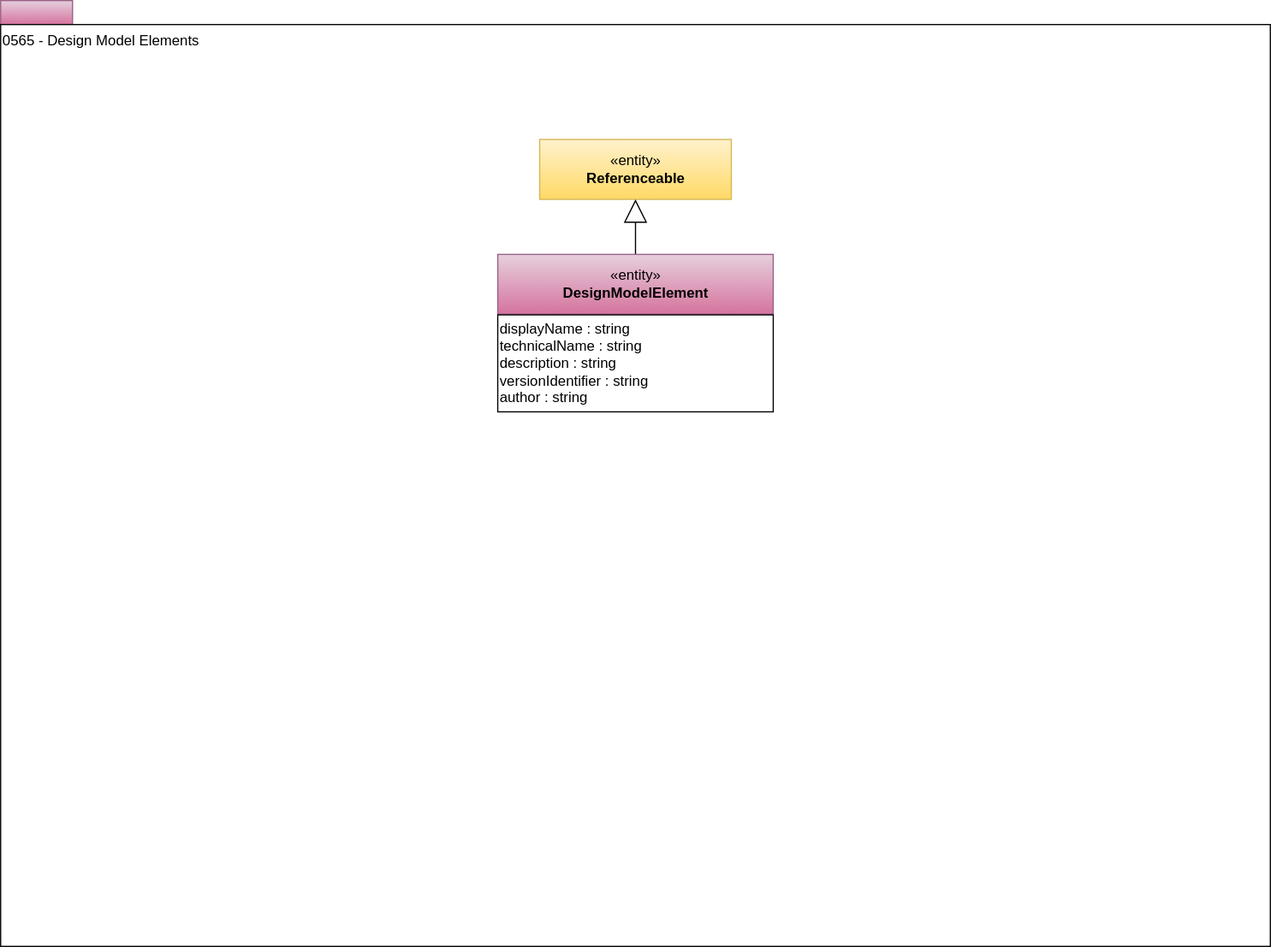
This is site/docs/types/5/0565-Design-Model-Elements.svg from odpi/egeria-docs, a draw.io export, as it was before one commit. Source tidied: cells renumbered, new cells last; positions are measured from the earlier drawing's top-left corner, leaving out a move shared by most shapes. Source of this version:
```xml
<mxGraphModel>
  <root>
    <mxCell id="0" />
    <mxCell id="1" parent="0" />
    <mxCell id="2" style="rounded=0;whiteSpace=wrap;html=1;align=left;fillColor=#e6d0de;strokeColor=#996185;gradientColor=#d5739d;" parent="1" vertex="1">
      <mxGeometry width="60" height="20" as="geometry" />
    </mxCell>
    <mxCell id="3" value="0565 - Design Model Elements" style="rounded=0;whiteSpace=wrap;html=1;align=left;verticalAlign=top;" parent="1" vertex="1">
      <mxGeometry y="20" width="1060" height="770" as="geometry" />
    </mxCell>
    <mxCell id="4" value="«entity»&lt;br&gt;&lt;b&gt;Referenceable&lt;/b&gt;" style="html=1;strokeColor=#d6b656;align=center;fillColor=#fff2cc;gradientColor=#ffd966;" parent="1" vertex="1">
      <mxGeometry x="450" y="116" width="160" height="50" as="geometry" />
    </mxCell>
    <mxCell id="5" style="edgeStyle=orthogonalEdgeStyle;rounded=0;jumpSize=15;jettySize=auto;html=1;exitX=0.5;exitY=0;exitDx=0;exitDy=0;entryX=0.5;entryY=1;entryDx=0;entryDy=0;startArrow=none;startFill=0;startSize=17;sourcePerimeterSpacing=0;endArrow=block;endFill=0;targetPerimeterSpacing=0;strokeWidth=1;fontColor=#000000;endSize=17;" parent="1" edge="1" source="6" target="4">
      <mxGeometry relative="1" as="geometry" />
    </mxCell>
    <mxCell id="6" value="«entity»&lt;br&gt;&lt;b&gt;DesignModelElement&lt;/b&gt;" style="html=1;strokeColor=#996185;align=center;fillColor=#e6d0de;gradientColor=#d5739d;" parent="1" vertex="1">
      <mxGeometry x="415" y="212" width="230" height="50" as="geometry" />
    </mxCell>
    <mxCell id="7" value="&lt;span&gt;displayName : string&lt;br&gt;technicalName : string&lt;br&gt;&lt;/span&gt;description : string&lt;br&gt;&lt;span&gt;versionIdentifier : string&lt;/span&gt;&lt;br&gt;&lt;span&gt;author : string&lt;/span&gt;&lt;span&gt;&lt;br&gt;&lt;/span&gt;" style="rounded=0;whiteSpace=wrap;html=1;strokeColor=#000000;gradientColor=#ffffff;align=left;" parent="1" vertex="1">
      <mxGeometry x="415" y="262.5" width="230" height="81" as="geometry" />
    </mxCell>
  </root>
</mxGraphModel>
```
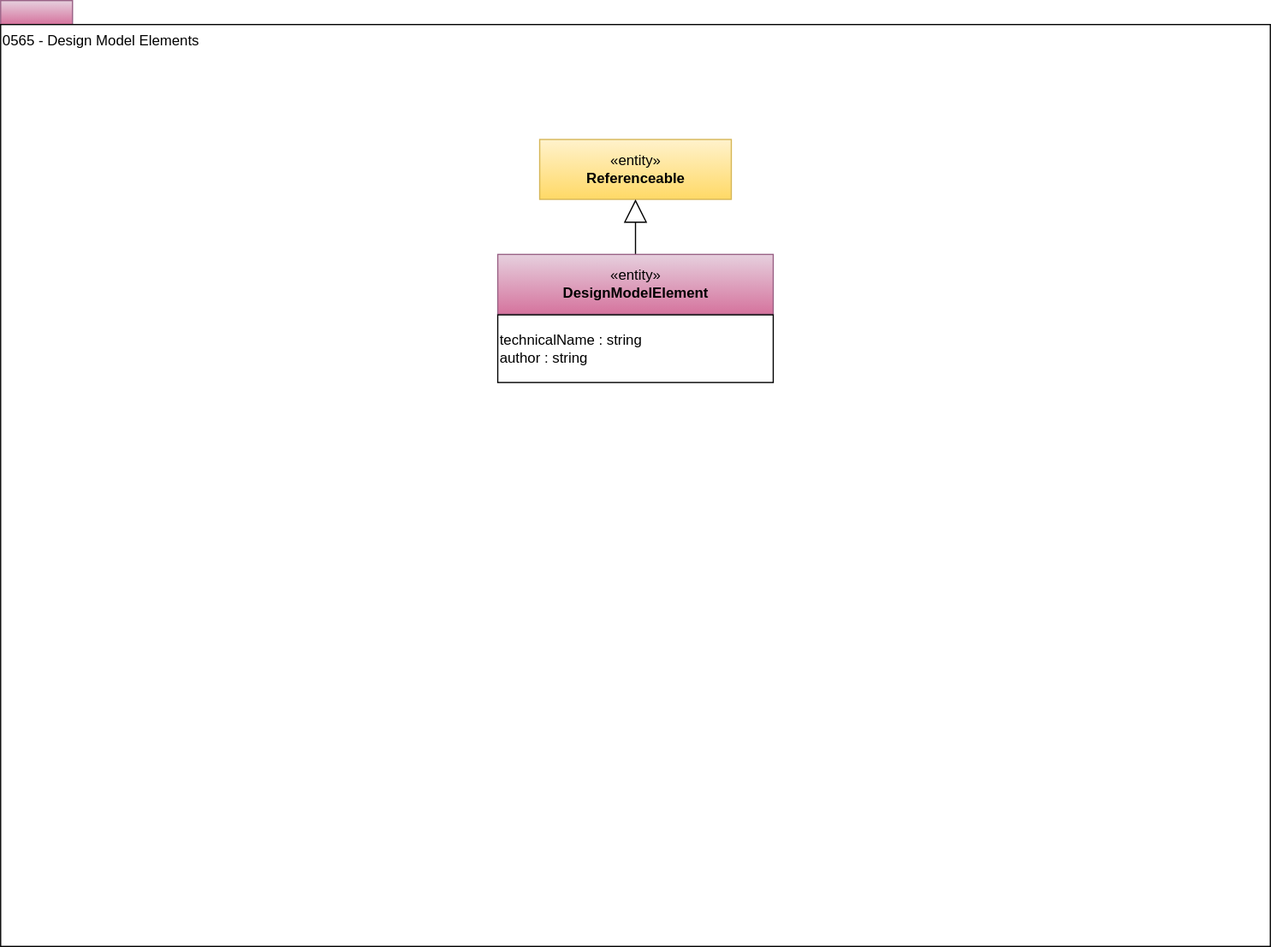
After the change.

Diff of the diagram source:
```diff
@@ -17,8 +17,8 @@
     <mxCell id="6" value="«entity»&lt;br&gt;&lt;b&gt;DesignModelElement&lt;/b&gt;" style="html=1;strokeColor=#996185;align=center;fillColor=#e6d0de;gradientColor=#d5739d;" parent="1" vertex="1">
       <mxGeometry x="415" y="212" width="230" height="50" as="geometry" />
     </mxCell>
-    <mxCell id="7" value="&lt;span&gt;displayName : string&lt;br&gt;technicalName : string&lt;br&gt;&lt;/span&gt;description : string&lt;br&gt;&lt;span&gt;versionIdentifier : string&lt;/span&gt;&lt;br&gt;&lt;span&gt;author : string&lt;/span&gt;&lt;span&gt;&lt;br&gt;&lt;/span&gt;" style="rounded=0;whiteSpace=wrap;html=1;strokeColor=#000000;gradientColor=#ffffff;align=left;" parent="1" vertex="1">
-      <mxGeometry x="415" y="262.5" width="230" height="81" as="geometry" />
+    <mxCell id="7" value="&lt;span&gt;technicalName : string&lt;br&gt;&lt;/span&gt;&lt;span&gt;author : string&lt;/span&gt;&lt;span&gt;&lt;br&gt;&lt;/span&gt;" style="rounded=0;whiteSpace=wrap;html=1;strokeColor=#000000;gradientColor=#ffffff;align=left;" parent="1" vertex="1">
+      <mxGeometry x="415" y="262.5" width="230" height="56.5" as="geometry" />
     </mxCell>
   </root>
 </mxGraphModel>
```
